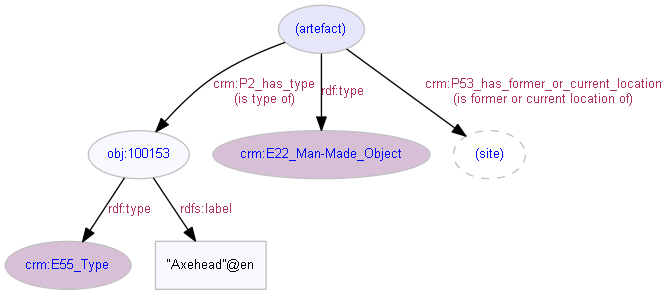
Above: docs/img/ld4he-artefact.png in cbinding/LD4HE (Graphviz), before the change. Its source is kept beside it as diagrams/ld4he-artefact.dot. Its diagram source:
```dot
digraph {
   node [color=gray, fontcolor=blue, fontsize=10, fontname=Arial, style=filled, fillcolor=ghostwhite];
   edge [color=black, fontcolor=maroon, fontsize=10, fontname=Arial ];
   "obj:100153" [URL="http://purl.org/heritagedata/schemes/mda_obj/concepts/100153"];
   "crm:E22_Man-Made_Object" [fillcolor=thistle, target="crm", URL="http://www.cidoc-crm.org/cidoc-crm/E22_Man-Made_Object"];
   "crm:E55_Type" [fillcolor=thistle, target="crm", URL="http://www.cidoc-crm.org/cidoc-crm/E55_Type"];
   "(artefact)" [fillcolor=lavender];
   "(site)" [style=dashed];
   "(artefact)" -> "(site)" [label="crm:P53_has_former_or_current_location\n(is former or current location of)", labelURL="http://www.cidoc-crm.org/cidoc-crm/P53_has_former_or_current_location"];
   "(artefact)" -> "crm:E22_Man-Made_Object" [label="rdf:type", labelURL="http://www.w3.org/1999/02/22-rdf-syntax-ns#type"];
   "(artefact)" -> "obj:100153" [label="crm:P2_has_type\n(is type of)", labelURL="http://www.cidoc-crm.org/cidoc-crm/P2_has_type"];
   "obj:100153" -> "crm:E55_Type" [label="rdf:type", labelURL="http://www.w3.org/1999/02/22-rdf-syntax-ns#type"];
   "\"Axehead\"@en" [shape=box, fontcolor=black];
   "obj:100153" ->  "\"Axehead\"@en" [label="rdfs:label", labelURL="http://www.w3.org/2000/01/rdf-schema#label"];
 }
```
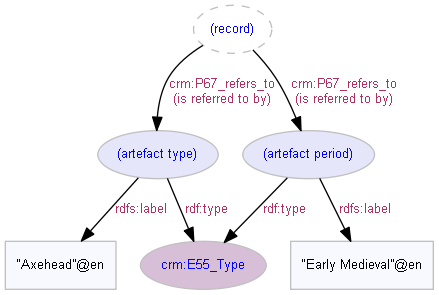
The same diagram one commit later.

Diff of the diagram source:
```diff
@@ -1,15 +1,16 @@
 digraph {
    node [color=gray, fontcolor=blue, fontsize=10, fontname=Arial, style=filled, fillcolor=ghostwhite];
    edge [color=black, fontcolor=maroon, fontsize=10, fontname=Arial ];
-   "obj:100153" [URL="http://purl.org/heritagedata/schemes/mda_obj/concepts/100153"];
-   "crm:E22_Man-Made_Object" [fillcolor=thistle, target="crm", URL="http://www.cidoc-crm.org/cidoc-crm/E22_Man-Made_Object"];
+   "(record)" [style=dashed];
+   "(artefact type)" [fillcolor=lavender];
+   "(artefact period)" [fillcolor=lavender];
+   "\"Axehead\"@en" [shape=box, fontcolor=black];
+   "\"Early Medieval\"@en" [shape=box, fontcolor=black];
    "crm:E55_Type" [fillcolor=thistle, target="crm", URL="http://www.cidoc-crm.org/cidoc-crm/E55_Type"];
-   "(artefact)" [fillcolor=lavender];
-   "(site)" [style=dashed];
-   "(artefact)" -> "(site)" [label="crm:P53_has_former_or_current_location\n(is former or current location of)", labelURL="http://www.cidoc-crm.org/cidoc-crm/P53_has_former_or_current_location"];
-   "(artefact)" -> "crm:E22_Man-Made_Object" [label="rdf:type", labelURL="http://www.w3.org/1999/02/22-rdf-syntax-ns#type"];
-   "(artefact)" -> "obj:100153" [label="crm:P2_has_type\n(is type of)", labelURL="http://www.cidoc-crm.org/cidoc-crm/P2_has_type"];
-   "obj:100153" -> "crm:E55_Type" [label="rdf:type", labelURL="http://www.w3.org/1999/02/22-rdf-syntax-ns#type"];
-   "\"Axehead\"@en" [shape=box, fontcolor=black];
-   "obj:100153" ->  "\"Axehead\"@en" [label="rdfs:label", labelURL="http://www.w3.org/2000/01/rdf-schema#label"];
+   "(record)" -> "(artefact type)" [label="crm:P67_refers_to\n(is referred to by)", labelURL="http://www.cidoc-crm.org/cidoc-crm/P67_refers_to"];
+   "(record)" -> "(artefact period)" [label="crm:P67_refers_to\n(is referred to by)", labelURL="http://www.cidoc-crm.org/cidoc-crm/P67_refers_to"];
+   "(artefact type)" -> "crm:E55_Type" [label="rdf:type", labelURL="http://www.w3.org/1999/02/22-rdf-syntax-ns#type"];
+   "(artefact period)" -> "crm:E55_Type" [label="rdf:type", labelURL="http://www.w3.org/1999/02/22-rdf-syntax-ns#type"];
+   "(artefact type)" ->  "\"Axehead\"@en" [label="rdfs:label", labelURL="http://www.w3.org/2000/01/rdf-schema#label"];
+   "(artefact period)" ->  "\"Early Medieval\"@en" [label="rdfs:label", labelURL="http://www.w3.org/2000/01/rdf-schema#label"];
  }
```
